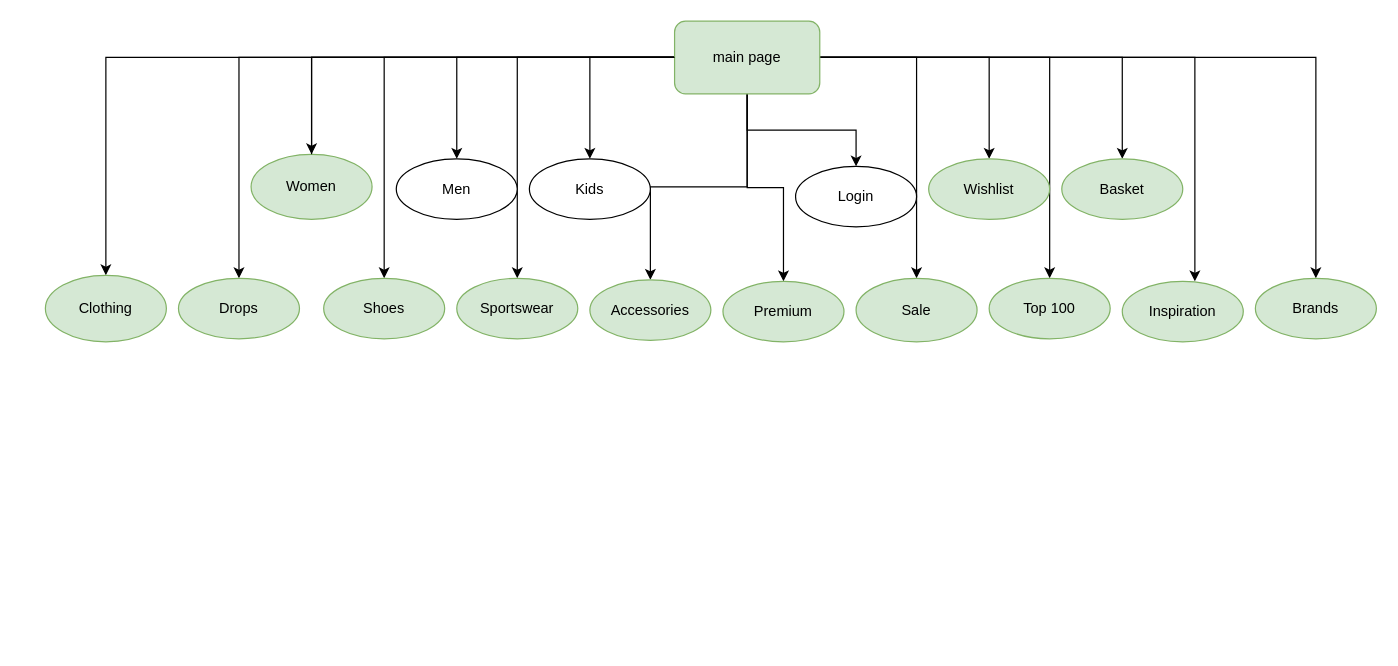
The draw.io diagram Untitled Diagram.drawio in FreydisEhrlich/-testing-E-commerce-site-About-You, before the edit. Source tidied: cells renumbered, new cells numbered last; positions are measured from the earlier drawing's top-left corner, leaving out a move shared by most shapes. Both pictures are drawn from the tidied source at 121%, with x=0, y=0 at pixel (45, 21).
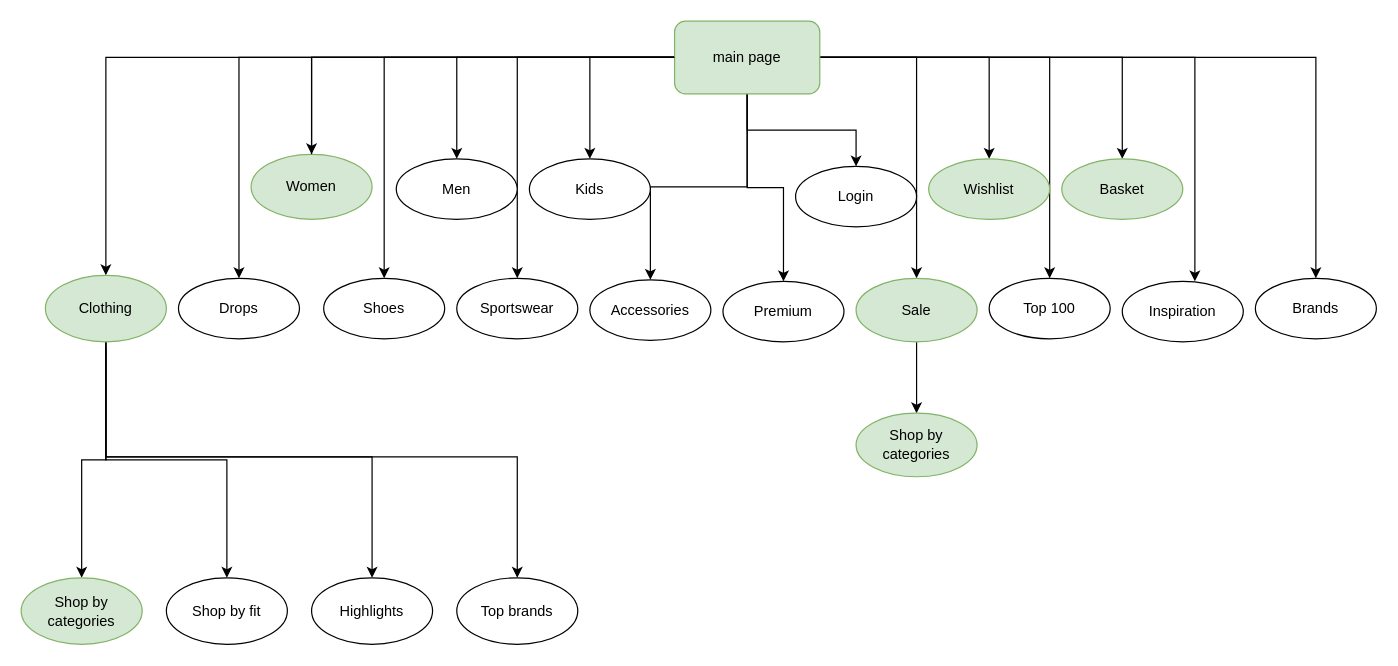
The same diagram, later.

Unchanged cells that the change refers to:
```xml
<mxCell id="22" value="Clothing" style="ellipse;whiteSpace=wrap;html=1;fillColor=#d5e8d4;strokeColor=#82b366;rounded=1;" parent="1" vertex="1">
  <mxGeometry y="210" width="100" height="55" as="geometry" />
</mxCell>
<mxCell id="28" value="Sale" style="ellipse;whiteSpace=wrap;html=1;fillColor=#d5e8d4;strokeColor=#82b366;rounded=1;" parent="1" vertex="1">
  <mxGeometry x="670" y="212.5" width="100" height="52.5" as="geometry" />
</mxCell>
```

Change to the diagram source:
```diff
@@
-    <mxCell id="20" value="Brands" style="ellipse;whiteSpace=wrap;html=1;fillColor=#d5e8d4;strokeColor=#82b366;rounded=1;" parent="1" vertex="1">
+    <mxCell id="20" value="Brands" style="ellipse;whiteSpace=wrap;html=1;rounded=1;" parent="1" vertex="1">
       <mxGeometry x="1000" y="212.5" width="100" height="50" as="geometry" />
     </mxCell>
-    <mxCell id="21" value="Drops" style="ellipse;whiteSpace=wrap;html=1;fillColor=#d5e8d4;strokeColor=#82b366;rounded=1;" parent="1" vertex="1">
+    <mxCell id="21" value="Drops" style="ellipse;whiteSpace=wrap;html=1;rounded=1;" parent="1" vertex="1">
       <mxGeometry x="110" y="212.5" width="100" height="50" as="geometry" />
     </mxCell>
+    <mxCell id="36" style="edgeStyle=orthogonalEdgeStyle;rounded=0;jettySize=auto;html=1;" parent="1" edge="1" source="22" target="41">
+      <mxGeometry relative="1" as="geometry" />
+    </mxCell>
+    <mxCell id="37" style="edgeStyle=orthogonalEdgeStyle;rounded=0;jettySize=auto;html=1;" parent="1" edge="1" source="22" target="42">
+      <mxGeometry relative="1" as="geometry" />
+    </mxCell>
+    <mxCell id="38" style="edgeStyle=orthogonalEdgeStyle;rounded=0;jettySize=auto;html=1;exitX=0.58;exitY=0.982;exitDx=0;exitDy=0;exitPerimeter=0;" parent="1" edge="1" source="22" target="43">
+      <mxGeometry relative="1" as="geometry">
+        <Array as="points">
+          <mxPoint x="50" y="264" />
+          <mxPoint x="50" y="360" />
+          <mxPoint x="270" y="360" />
+        </Array>
+      </mxGeometry>
+    </mxCell>
+    <mxCell id="39" style="edgeStyle=orthogonalEdgeStyle;rounded=0;jettySize=auto;html=1;" parent="1" edge="1" target="44">
+      <mxGeometry relative="1" as="geometry">
+        <mxPoint x="50" y="270" as="sourcePoint" />
+        <Array as="points">
+          <mxPoint x="50" y="360" />
+          <mxPoint x="390" y="360" />
+        </Array>
+      </mxGeometry>
+    </mxCell>
@@
-    <mxCell id="23" value="Shoes" style="ellipse;whiteSpace=wrap;html=1;fillColor=#d5e8d4;strokeColor=#82b366;rounded=1;" parent="1" vertex="1">
+    <mxCell id="23" value="Shoes" style="ellipse;whiteSpace=wrap;html=1;rounded=1;" parent="1" vertex="1">
       <mxGeometry x="230" y="212.5" width="100" height="50" as="geometry" />
     </mxCell>
-    <mxCell id="24" value="Sportswear" style="ellipse;whiteSpace=wrap;html=1;fillColor=#d5e8d4;strokeColor=#82b366;rounded=1;" parent="1" vertex="1">
+    <mxCell id="24" value="Sportswear" style="ellipse;whiteSpace=wrap;html=1;rounded=1;" parent="1" vertex="1">
       <mxGeometry x="340" y="212.5" width="100" height="50" as="geometry" />
     </mxCell>
@@
-    <mxCell id="26" value="Accessories" style="ellipse;whiteSpace=wrap;html=1;fillColor=#d5e8d4;strokeColor=#82b366;rounded=1;" parent="1" vertex="1">
+    <mxCell id="26" value="Accessories" style="ellipse;whiteSpace=wrap;html=1;rounded=1;" parent="1" vertex="1">
       <mxGeometry x="450" y="213.8" width="100" height="50" as="geometry" />
     </mxCell>
-    <mxCell id="27" value="Premium" style="ellipse;whiteSpace=wrap;html=1;fillColor=#d5e8d4;strokeColor=#82b366;rounded=1;" parent="1" vertex="1">
+    <mxCell id="27" value="Premium" style="ellipse;whiteSpace=wrap;html=1;rounded=1;" parent="1" vertex="1">
       <mxGeometry x="560" y="215" width="100" height="50" as="geometry" />
     </mxCell>
+    <mxCell id="40" style="edgeStyle=orthogonalEdgeStyle;rounded=0;jettySize=auto;html=1;" parent="1" edge="1" source="28" target="45">
+      <mxGeometry relative="1" as="geometry" />
+    </mxCell>
@@
-    <mxCell id="29" value="Top 100" style="ellipse;whiteSpace=wrap;html=1;fillColor=#d5e8d4;strokeColor=#82b366;rounded=1;" parent="1" vertex="1">
+    <mxCell id="29" value="Top 100" style="ellipse;whiteSpace=wrap;html=1;rounded=1;" parent="1" vertex="1">
       <mxGeometry x="780" y="212.5" width="100" height="50" as="geometry" />
     </mxCell>
-    <mxCell id="30" value="Inspiration" style="ellipse;whiteSpace=wrap;html=1;fillColor=#d5e8d4;strokeColor=#82b366;rounded=1;" parent="1" vertex="1">
+    <mxCell id="30" value="Inspiration" style="ellipse;whiteSpace=wrap;html=1;rounded=1;" parent="1" vertex="1">
       <mxGeometry x="890" y="215" width="100" height="50" as="geometry" />
     </mxCell>
@@
+    <mxCell id="41" value="Shop by categories" style="ellipse;whiteSpace=wrap;html=1;fillColor=#d5e8d4;strokeColor=#82b366;rounded=1;" parent="1" vertex="1">
+      <mxGeometry x="-20" y="460" width="100" height="55" as="geometry" />
+    </mxCell>
+    <mxCell id="42" value="Shop by fit" style="ellipse;whiteSpace=wrap;html=1;rounded=1;" parent="1" vertex="1">
+      <mxGeometry x="100" y="460" width="100" height="55" as="geometry" />
+    </mxCell>
+    <mxCell id="43" value="Highlights" style="ellipse;whiteSpace=wrap;html=1;rounded=1;" parent="1" vertex="1">
+      <mxGeometry x="220" y="460" width="100" height="55" as="geometry" />
+    </mxCell>
+    <mxCell id="44" value="Top brands" style="ellipse;whiteSpace=wrap;html=1;rounded=1;" parent="1" vertex="1">
+      <mxGeometry x="340" y="460" width="100" height="55" as="geometry" />
+    </mxCell>
+    <mxCell id="45" value="Shop by categories" style="ellipse;whiteSpace=wrap;html=1;fillColor=#d5e8d4;strokeColor=#82b366;rounded=1;" parent="1" vertex="1">
+      <mxGeometry x="670" y="324" width="100" height="52.5" as="geometry" />
+    </mxCell>
```
